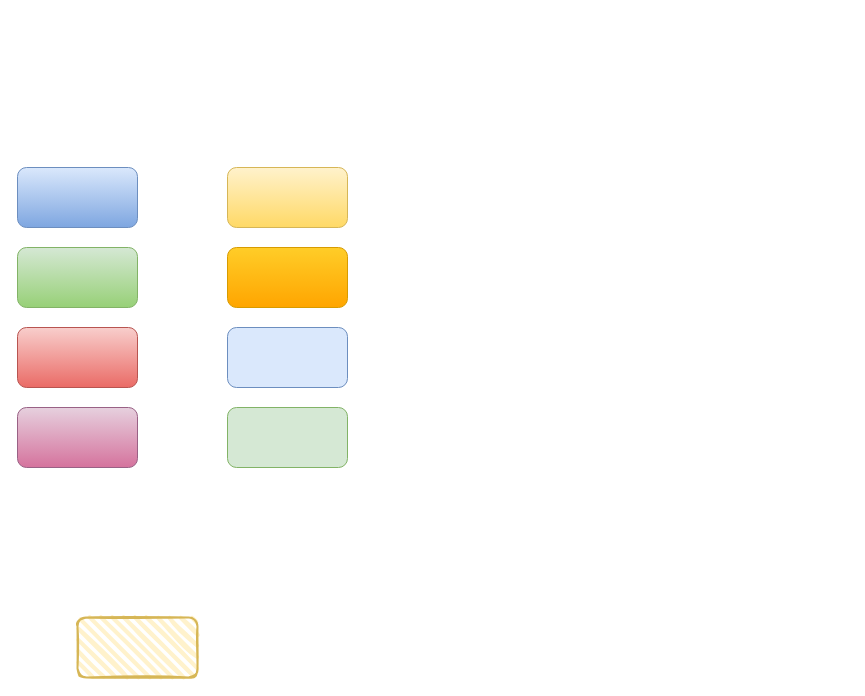
Above: 测试.drawio in wangxiaokun/mypic (draw.io), before the change. Source tidied: cells renumbered, new cells numbered last; positions are measured from the earlier drawing's top-left corner, leaving out a move shared by most shapes. Both pictures are drawn from the tidied source at 100%, with x=0, y=0 at pixel (17, 167).
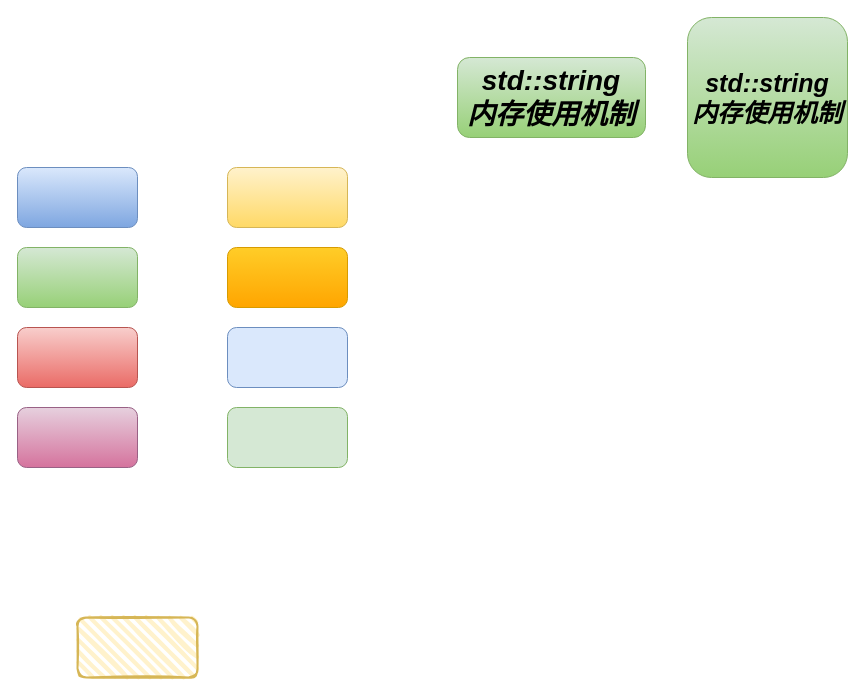
After the change.

Change to the diagram source:
```diff
@@
 <mxGraphModel>
   <root>
     <mxCell id="0" />
     <mxCell id="1" parent="0" />
     <mxCell id="2" style="rounded=1;whiteSpace=wrap;html=1;fillColor=#dae8fc;gradientColor=#7ea6e0;strokeColor=#6c8ebf;" parent="1" vertex="1">
       <mxGeometry width="120" height="60" as="geometry" />
     </mxCell>
     <mxCell id="3" style="rounded=1;whiteSpace=wrap;html=1;fillColor=#fff2cc;gradientColor=#ffd966;strokeColor=#d6b656;" parent="1" vertex="1">
       <mxGeometry x="210" width="120" height="60" as="geometry" />
     </mxCell>
     <mxCell id="4" style="rounded=1;whiteSpace=wrap;html=1;fillColor=#d5e8d4;gradientColor=#97d077;strokeColor=#82b366;" parent="1" vertex="1">
       <mxGeometry y="80" width="120" height="60" as="geometry" />
     </mxCell>
     <mxCell id="5" style="rounded=1;whiteSpace=wrap;html=1;fillColor=#e6d0de;gradientColor=#d5739d;strokeColor=#996185;" parent="1" vertex="1">
       <mxGeometry y="240" width="120" height="60" as="geometry" />
     </mxCell>
     <mxCell id="6" style="rounded=1;whiteSpace=wrap;html=1;fillColor=#f8cecc;gradientColor=#ea6b66;strokeColor=#b85450;" parent="1" vertex="1">
       <mxGeometry y="160" width="120" height="60" as="geometry" />
     </mxCell>
     <mxCell id="7" style="rounded=1;whiteSpace=wrap;html=1;fillColor=#ffcd28;gradientColor=#ffa500;strokeColor=#d79b00;" parent="1" vertex="1">
       <mxGeometry x="210" y="80" width="120" height="60" as="geometry" />
     </mxCell>
     <mxCell id="8" style="rounded=1;whiteSpace=wrap;html=1;fillColor=#dae8fc;strokeColor=#6c8ebf;" parent="1" vertex="1">
       <mxGeometry x="210" y="160" width="120" height="60" as="geometry" />
     </mxCell>
     <mxCell id="9" style="rounded=1;whiteSpace=wrap;html=1;fillColor=#d5e8d4;strokeColor=#82b366;" parent="1" vertex="1">
       <mxGeometry x="210" y="240" width="120" height="60" as="geometry" />
     </mxCell>
     <mxCell id="10" style="rounded=1;whiteSpace=wrap;html=1;strokeWidth=2;fillWeight=4;hachureGap=8;hachureAngle=45;fillColor=#fff2cc;sketch=1;strokeColor=#d6b656;" parent="1" vertex="1">
       <mxGeometry x="60" y="450" width="120" height="60" as="geometry" />
     </mxCell>
+    <mxCell id="11" value="std::string&lt;div&gt;内存使用机制&lt;/div&gt;" style="rounded=1;whiteSpace=wrap;html=1;fillColor=#d5e8d4;gradientColor=#97d077;strokeColor=#82b366;fontStyle=3;fontSize=28;" parent="1" vertex="1">
+      <mxGeometry x="440" y="-110" width="188" height="80" as="geometry" />
+    </mxCell>
+    <mxCell id="12" value="&lt;i&gt;&lt;b&gt;&lt;font style=&quot;font-size: 25px;&quot;&gt;std::string&lt;/font&gt;&lt;/b&gt;&lt;/i&gt;&lt;div&gt;&lt;i&gt;&lt;b&gt;&lt;font style=&quot;font-size: 25px;&quot;&gt;内存使用机制&lt;/font&gt;&lt;/b&gt;&lt;/i&gt;&lt;/div&gt;" style="rounded=1;whiteSpace=wrap;html=1;fillColor=#d5e8d4;gradientColor=#97d077;strokeColor=#82b366;" parent="1" vertex="1">
+      <mxGeometry x="670" y="-150" width="160" height="160" as="geometry" />
+    </mxCell>
   </root>
 </mxGraphModel>
```
